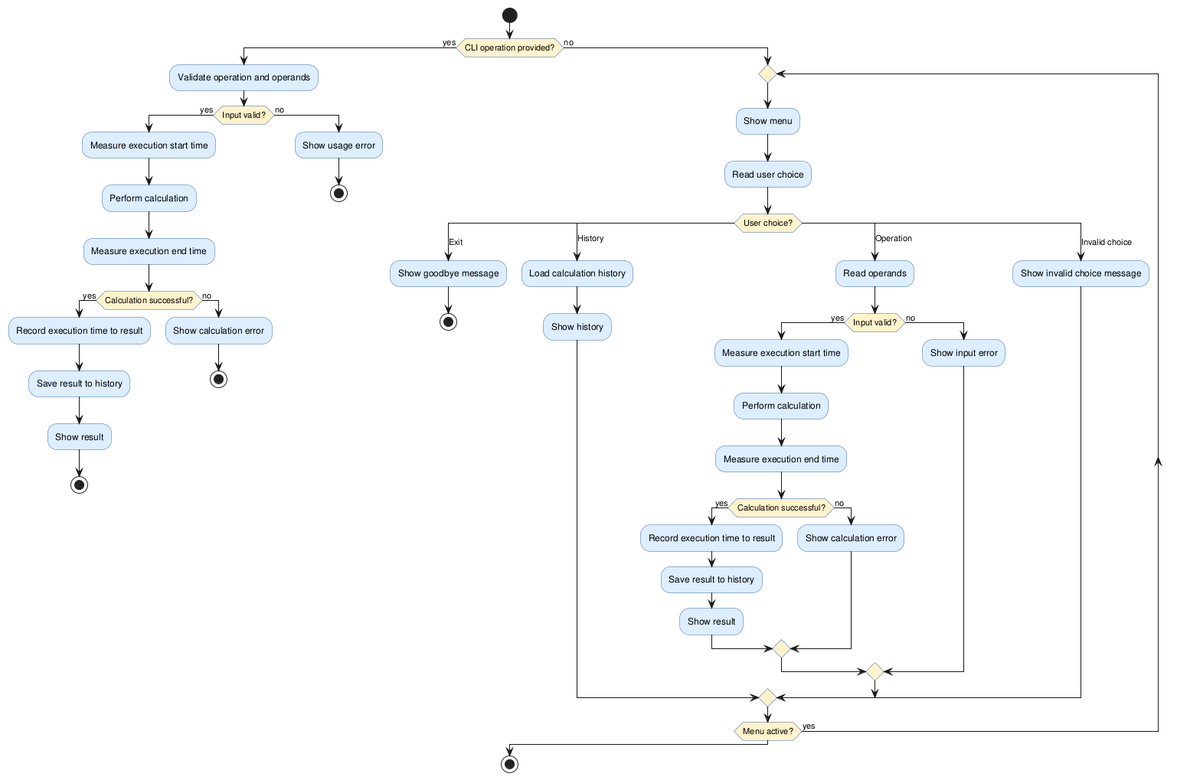
DanielRiha8906/Software_autoevolution_using_agents keeps this PlantUML diagram as experiments/supervisor_as_tools/user_stories/calculator/artifacts/activity_diagram.png. Above is the earlier version.
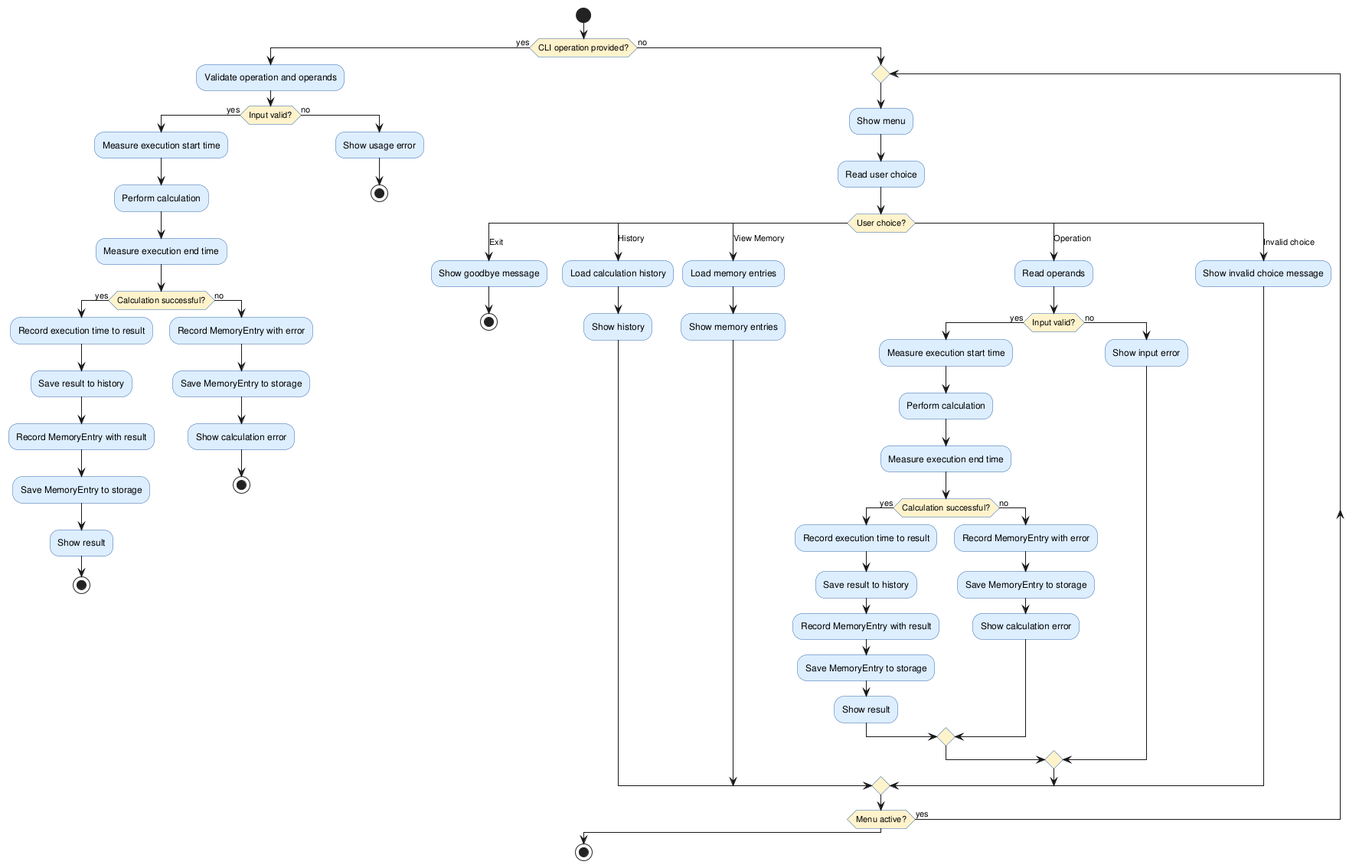
Later version of the same file.

Diff of the diagram source:
```diff
@@ -18,9 +18,13 @@
     if (Calculation successful?) then (yes)
       :Record execution time to result;
       :Save result to history;
+      :Record MemoryEntry with result;
+      :Save MemoryEntry to storage;
       :Show result;
       stop
     else (no)
+      :Record MemoryEntry with error;
+      :Save MemoryEntry to storage;
       :Show calculation error;
       stop
     endif
@@ -46,6 +50,10 @@
         :Load calculation history;
         :Show history;
 
+      case (View Memory)
+        :Load memory entries;
+        :Show memory entries;
+
       case (Operation)
         :Read operands;
 
@@ -57,8 +65,12 @@
           if (Calculation successful?) then (yes)
             :Record execution time to result;
             :Save result to history;
+            :Record MemoryEntry with result;
+            :Save MemoryEntry to storage;
             :Show result;
           else (no)
+            :Record MemoryEntry with error;
+            :Save MemoryEntry to storage;
             :Show calculation error;
           endif
 
```
